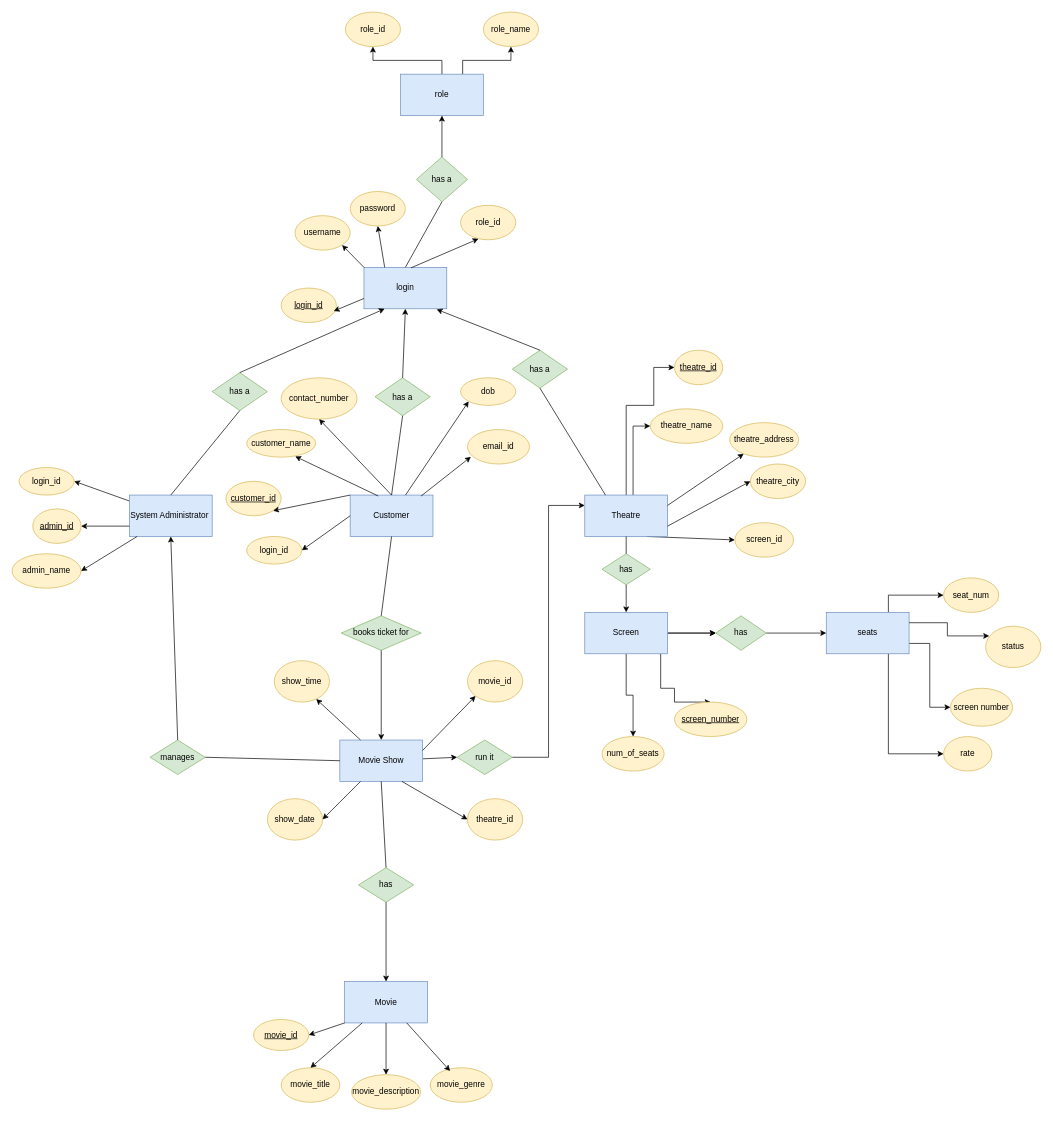
This is page "Page-2" (2 of 2) of usecase diagram.drawio from abhihksd/MovieBookingWebsite, a draw.io file, before an edit. Source tidied: cells renumbered, new cells numbered last; positions are measured from the earlier drawing's top-left corner, leaving out a move shared by most shapes. Both pictures are drawn from the tidied source at 69%, with x=0, y=0 at pixel (12, 12).
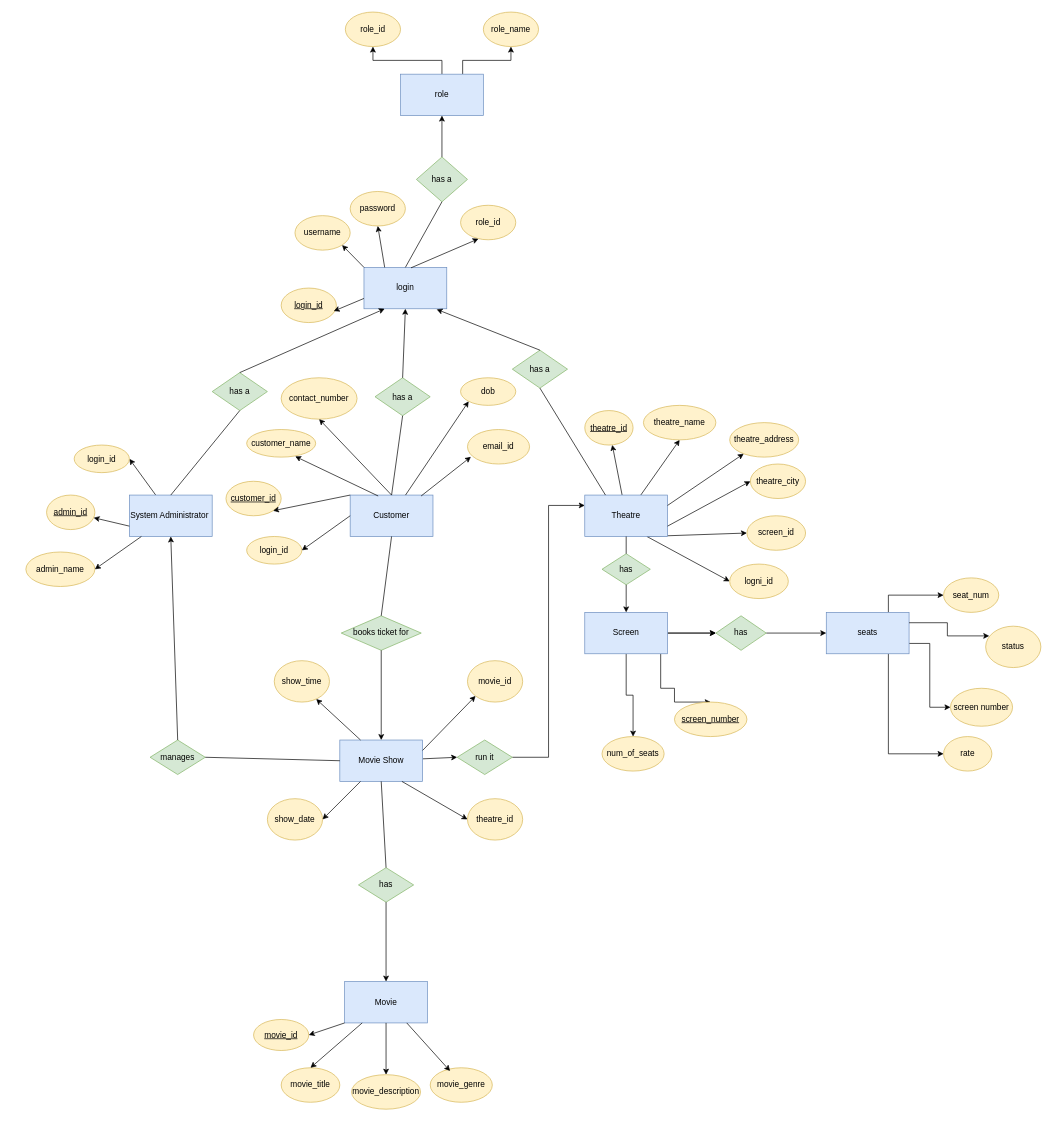
The same page after the edit.

The change refers to these unchanged cells:
```xml
<mxCell id="8" value="Theatre" style="rounded=0;whiteSpace=wrap;html=1;fillColor=#dae8fc;strokeColor=#6c8ebf;" parent="1" vertex="1">
  <mxGeometry x="830" y="700" width="120" height="60" as="geometry" />
</mxCell>
```

Change to the diagram source:
```diff
@@
-    <mxCell id="5" style="edgeStyle=orthogonalEdgeStyle;rounded=0;jettySize=auto;html=1;entryX=0;entryY=0.5;entryDx=0;entryDy=0;" parent="1" edge="1" source="8" target="37">
-      <mxGeometry relative="1" as="geometry">
-        <Array as="points">
-          <mxPoint x="900" y="600" />
-        </Array>
-      </mxGeometry>
+    <mxCell id="5" style="rounded=0;jettySize=auto;html=1;entryX=0.5;entryY=1;entryDx=0;entryDy=0;" parent="1" edge="1" source="8" target="37">
+      <mxGeometry relative="1" as="geometry" />
     </mxCell>
-    <mxCell id="6" style="edgeStyle=orthogonalEdgeStyle;rounded=0;jettySize=auto;html=1;" parent="1" edge="1" source="8" target="35">
-      <mxGeometry relative="1" as="geometry">
-        <Array as="points">
-          <mxPoint x="890" y="570" />
-          <mxPoint x="930" y="570" />
-        </Array>
-      </mxGeometry>
+    <mxCell id="6" style="rounded=0;jettySize=auto;html=1;" parent="1" edge="1" source="8" target="35">
+      <mxGeometry relative="1" as="geometry" />
     </mxCell>
@@
+    <mxCell id="110" style="rounded=0;jettySize=auto;html=1;exitX=0.75;exitY=1;exitDx=0;exitDy=0;entryX=0;entryY=0.5;entryDx=0;entryDy=0;" parent="1" edge="1" source="8" target="111">
+      <mxGeometry relative="1" as="geometry" />
+    </mxCell>
@@
     <mxCell id="32" value="&lt;u&gt;admin_id&lt;/u&gt;" style="ellipse;whiteSpace=wrap;html=1;fillColor=#fff2cc;strokeColor=#d6b656;" parent="1" vertex="1">
-      <mxGeometry x="30" y="720" width="70" height="50" as="geometry" />
+      <mxGeometry x="50" y="700" width="70" height="50" as="geometry" />
     </mxCell>
@@
     <mxCell id="35" value="&lt;u&gt;theatre_id&lt;/u&gt;" style="ellipse;whiteSpace=wrap;html=1;fillColor=#fff2cc;strokeColor=#d6b656;" parent="1" vertex="1">
-      <mxGeometry x="960" y="490" width="70" height="50" as="geometry" />
+      <mxGeometry x="830" y="577.5" width="70" height="50" as="geometry" />
     </mxCell>
@@
     <mxCell id="37" value="theatre_name" style="ellipse;whiteSpace=wrap;html=1;fillColor=#fff2cc;strokeColor=#d6b656;" parent="1" vertex="1">
-      <mxGeometry x="925" y="575" width="105" height="50" as="geometry" />
+      <mxGeometry x="915" y="570" width="105" height="50" as="geometry" />
     </mxCell>
@@
     <mxCell id="48" value="admin_name" style="ellipse;whiteSpace=wrap;html=1;fillColor=#fff2cc;strokeColor=#d6b656;" parent="1" vertex="1">
-      <mxGeometry y="785" width="100" height="50" as="geometry" />
+      <mxGeometry x="20" y="782.5" width="100" height="50" as="geometry" />
     </mxCell>
@@
     <mxCell id="54" value="screen_id" style="ellipse;whiteSpace=wrap;html=1;fillColor=#fff2cc;strokeColor=#d6b656;" parent="1" vertex="1">
-      <mxGeometry x="1047.5" y="740" width="85" height="50" as="geometry" />
+      <mxGeometry x="1065" y="730" width="85" height="50" as="geometry" />
     </mxCell>
@@
     <mxCell id="57" value="login_id" style="ellipse;whiteSpace=wrap;html=1;fillColor=#fff2cc;strokeColor=#d6b656;" parent="1" vertex="1">
-      <mxGeometry x="10" y="660" width="80" height="40" as="geometry" />
+      <mxGeometry x="90" y="627.5" width="80" height="40" as="geometry" />
     </mxCell>
@@
+    <mxCell id="111" value="logni_id" style="ellipse;whiteSpace=wrap;html=1;fillColor=#fff2cc;strokeColor=#d6b656;" parent="1" vertex="1">
+      <mxGeometry x="1040" y="800" width="85" height="50" as="geometry" />
+    </mxCell>
```
